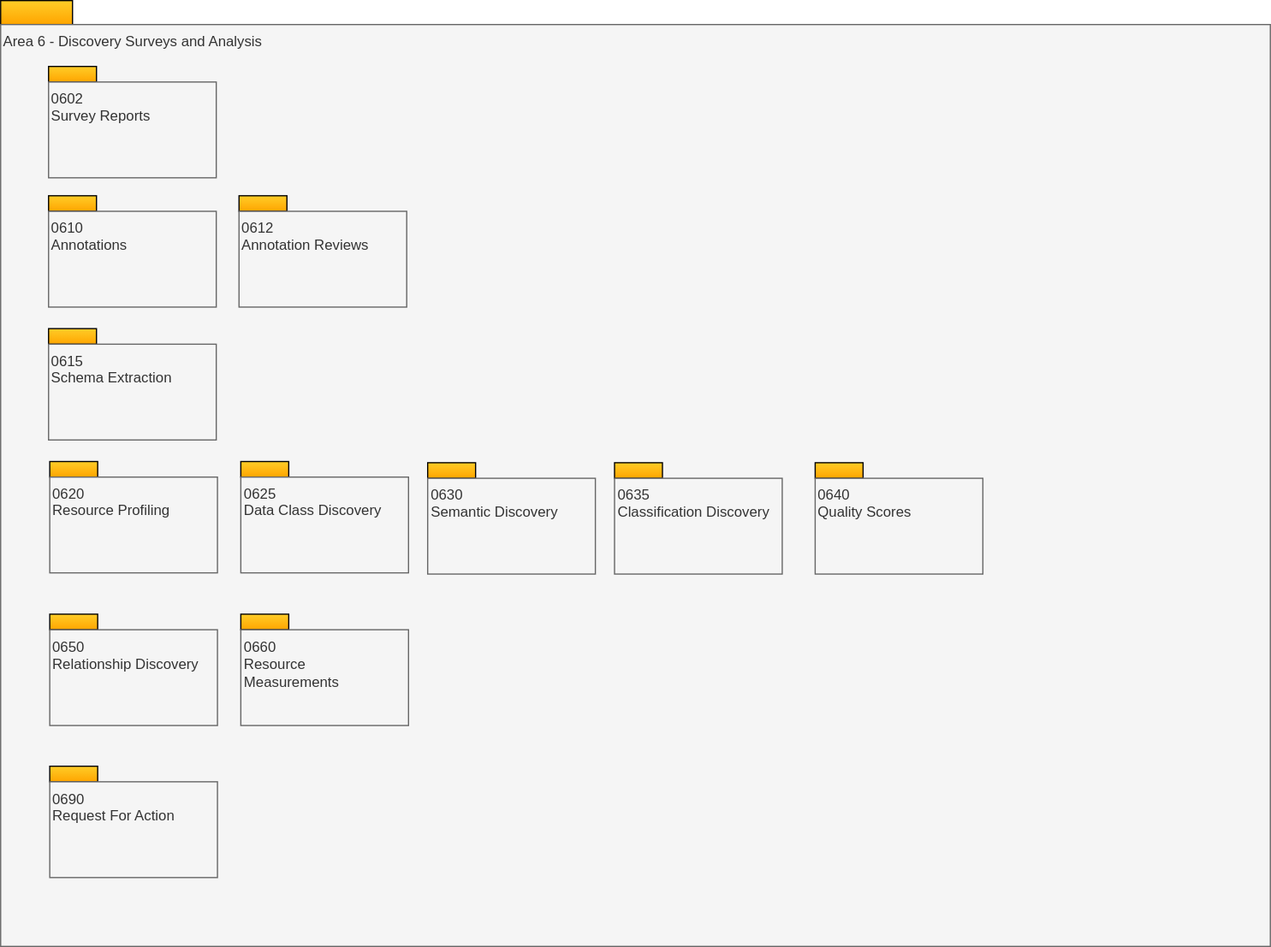
This is site/docs/types/6/area-6-discovery-overview.svg from odpi/egeria-docs, a draw.io export, as it was before one commit. Source tidied: cells renumbered, new cells last; positions are measured from the earlier drawing's top-left corner, leaving out a move shared by most shapes.
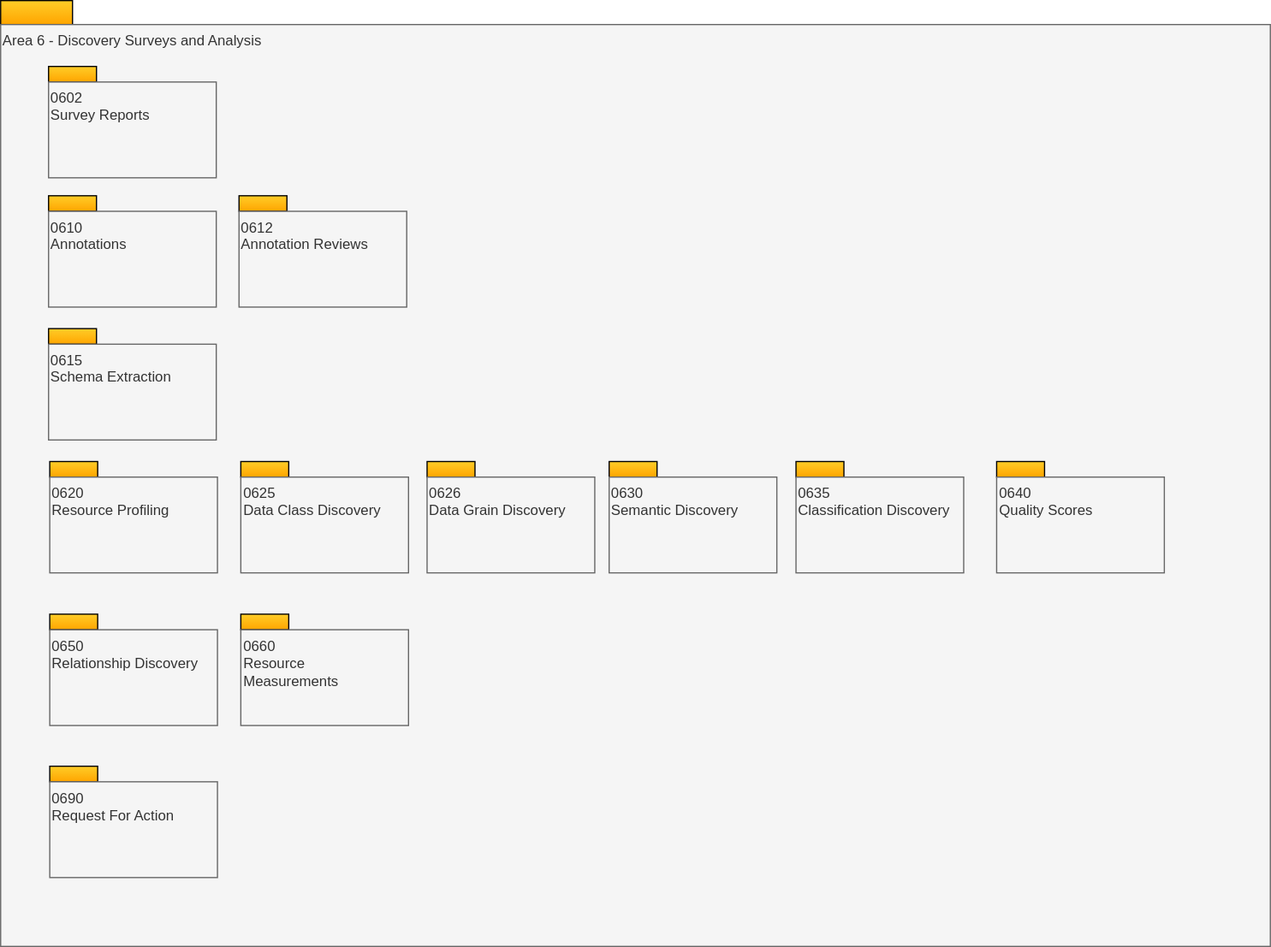
After the commit.

What changed in the source:
```diff
@@ -39,16 +39,16 @@
       <mxGeometry x="200.5" y="398" width="140" height="80" as="geometry" />
     </mxCell>
     <mxCell id="14" style="rounded=0;whiteSpace=wrap;html=1;align=left;fillColor=#ffcd28;strokeColor=#000000;gradientColor=#ffa500;" parent="1" vertex="1">
-      <mxGeometry x="356.5" y="386" width="40" height="13" as="geometry" />
+      <mxGeometry x="508" y="385" width="40" height="13" as="geometry" />
     </mxCell>
     <mxCell id="15" value="0630&lt;br&gt;Semantic Discovery&lt;br&gt;" style="rounded=0;whiteSpace=wrap;html=1;align=left;verticalAlign=top;fillColor=#f5f5f5;fontColor=#333333;strokeColor=#666666;" parent="1" vertex="1">
-      <mxGeometry x="356.5" y="399" width="140" height="80" as="geometry" />
+      <mxGeometry x="508" y="398" width="140" height="80" as="geometry" />
     </mxCell>
     <mxCell id="16" style="rounded=0;whiteSpace=wrap;html=1;align=left;fillColor=#ffcd28;strokeColor=#000000;gradientColor=#ffa500;" parent="1" vertex="1">
-      <mxGeometry x="512.5" y="386" width="40" height="13" as="geometry" />
+      <mxGeometry x="664" y="385" width="40" height="13" as="geometry" />
     </mxCell>
     <mxCell id="17" value="0635&lt;br&gt;Classification Discovery&lt;br&gt;" style="rounded=0;whiteSpace=wrap;html=1;align=left;verticalAlign=top;fillColor=#f5f5f5;fontColor=#333333;strokeColor=#666666;" parent="1" vertex="1">
-      <mxGeometry x="512.5" y="399" width="140" height="80" as="geometry" />
+      <mxGeometry x="664" y="398" width="140" height="80" as="geometry" />
     </mxCell>
     <mxCell id="18" style="rounded=0;whiteSpace=wrap;html=1;align=left;fillColor=#ffcd28;strokeColor=#000000;gradientColor=#ffa500;" parent="1" vertex="1">
       <mxGeometry x="41" y="512.5" width="40" height="13" as="geometry" />
@@ -69,10 +69,10 @@
       <mxGeometry x="41" y="652.5" width="140" height="80" as="geometry" />
     </mxCell>
     <mxCell id="24" style="rounded=0;whiteSpace=wrap;html=1;align=left;fillColor=#ffcd28;strokeColor=#000000;gradientColor=#ffa500;" parent="1" vertex="1">
-      <mxGeometry x="680" y="386" width="40" height="13" as="geometry" />
+      <mxGeometry x="831.5" y="385" width="40" height="13" as="geometry" />
     </mxCell>
     <mxCell id="25" value="0640&lt;br&gt;Quality Scores&lt;br&gt;" style="rounded=0;whiteSpace=wrap;html=1;align=left;verticalAlign=top;fillColor=#f5f5f5;fontColor=#333333;strokeColor=#666666;" parent="1" vertex="1">
-      <mxGeometry x="680" y="399" width="140" height="80" as="geometry" />
+      <mxGeometry x="831.5" y="398" width="140" height="80" as="geometry" />
     </mxCell>
     <mxCell id="26" style="rounded=0;whiteSpace=wrap;html=1;align=left;fillColor=#ffcd28;strokeColor=#000000;gradientColor=#ffa500;" parent="1" vertex="1">
       <mxGeometry x="40" y="274" width="40" height="13" as="geometry" />
@@ -80,5 +80,11 @@
     <mxCell id="27" value="0615&lt;br&gt;Schema Extraction" style="rounded=0;whiteSpace=wrap;html=1;align=left;verticalAlign=top;fillColor=#f5f5f5;fontColor=#333333;strokeColor=#666666;" parent="1" vertex="1">
       <mxGeometry x="40" y="287" width="140" height="80" as="geometry" />
     </mxCell>
+    <mxCell id="28" style="rounded=0;whiteSpace=wrap;html=1;align=left;fillColor=#ffcd28;strokeColor=#000000;gradientColor=#ffa500;" parent="1" vertex="1">
+      <mxGeometry x="356" y="385" width="40" height="13" as="geometry" />
+    </mxCell>
+    <mxCell id="29" value="0626&lt;br&gt;Data Grain Discovery" style="rounded=0;whiteSpace=wrap;html=1;align=left;verticalAlign=top;fillColor=#f5f5f5;fontColor=#333333;strokeColor=#666666;" parent="1" vertex="1">
+      <mxGeometry x="356" y="398" width="140" height="80" as="geometry" />
+    </mxCell>
   </root>
 </mxGraphModel>
```
